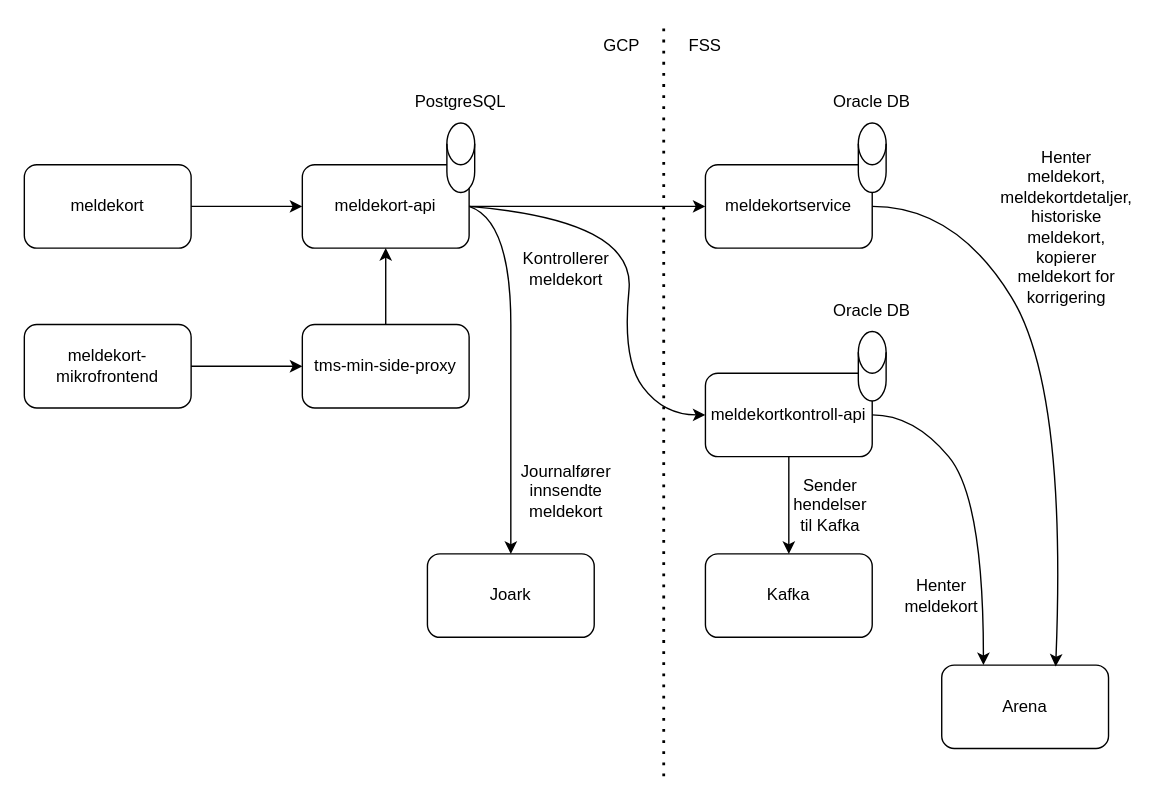
The draw.io diagram docs/innbyggerflate/losninger/meldeplikt/meldeplikt.drawio in navikt/dp-dokumentasjon, before the edit. Source tidied: cells renumbered, new cells numbered last; positions are measured from the earlier drawing's top-left corner, leaving out a move shared by most shapes. Both pictures are drawn from the tidied source at 139%, with x=0, y=0 at pixel (24, 25).
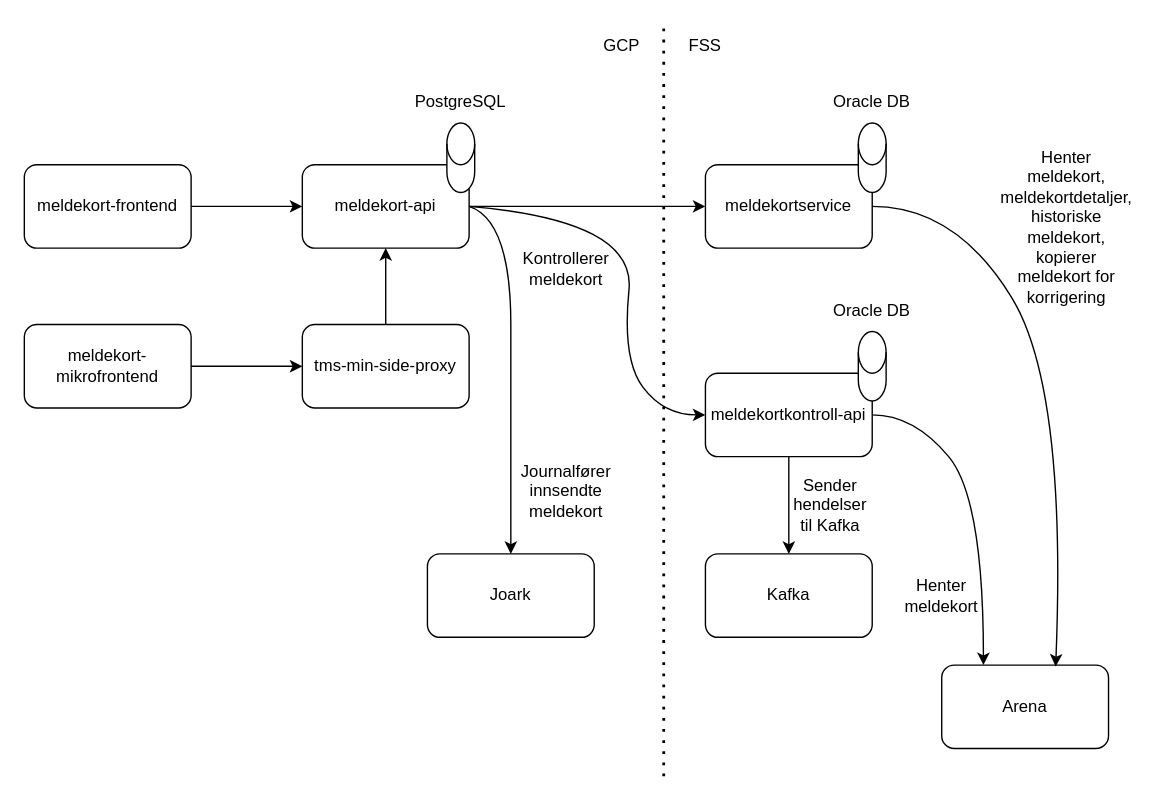
Above is the later version.

Commit message:
meldekoft-frontend

What changed in the source:
```diff
@@
-    <mxCell id="4" value="meldekort" style="whiteSpace=wrap;html=1;rounded=1;" parent="1" vertex="1">
+    <mxCell id="4" value="meldekort-frontend" style="whiteSpace=wrap;html=1;rounded=1;" parent="1" vertex="1">
       <mxGeometry y="100" width="120" height="60" as="geometry" />
     </mxCell>
```
